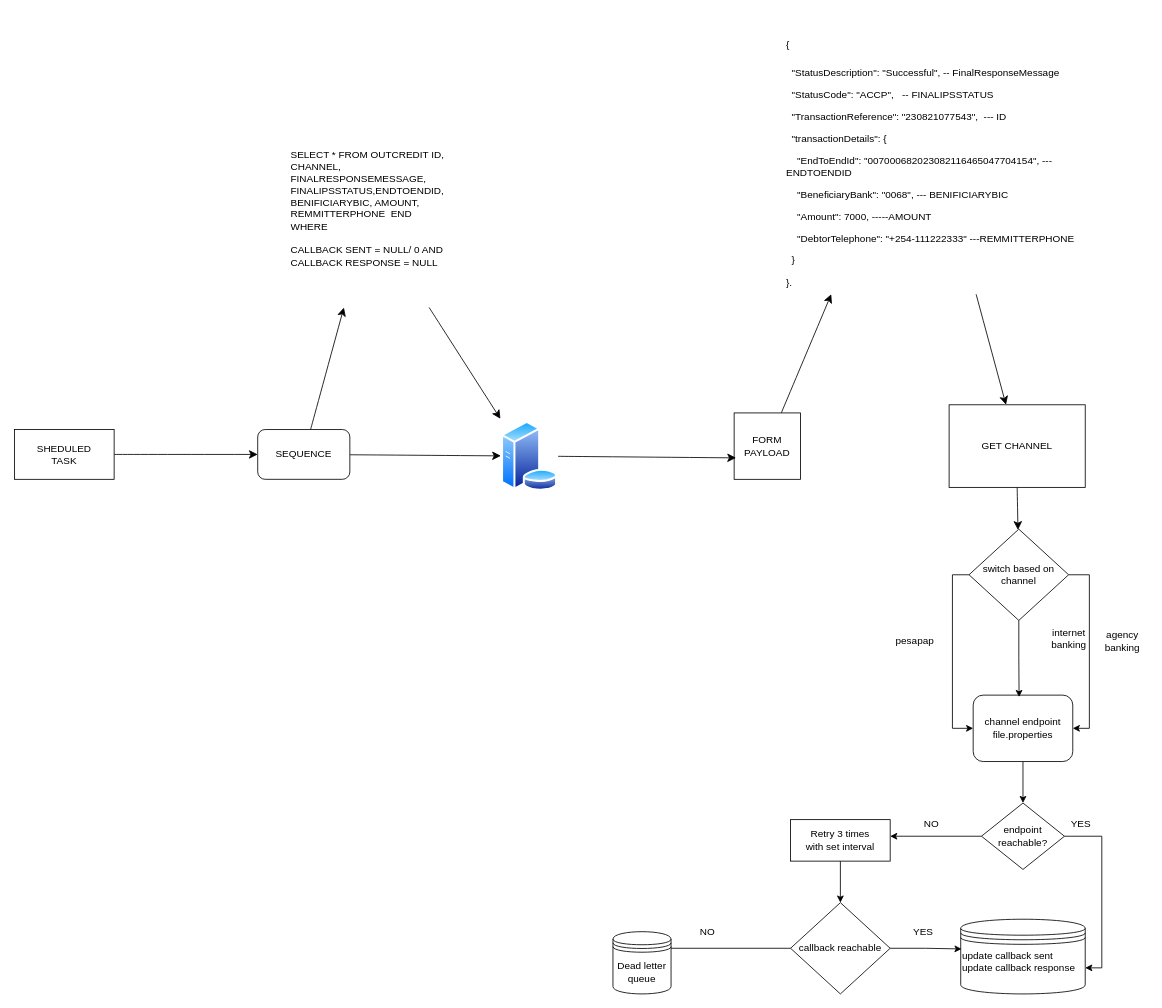
evankahenya/portfolio keeps this draw.io diagram as page "Page-5" (3 of 3) of Untitled Diagram.drawio. Above is the earlier version. Source tidied: cells renumbered, new cells numbered last; positions are measured from the earlier drawing's top-left corner, leaving out a move shared by most shapes. Both pictures are drawn from the tidied source at 83%, with x=0, y=0 at pixel (14, 14).
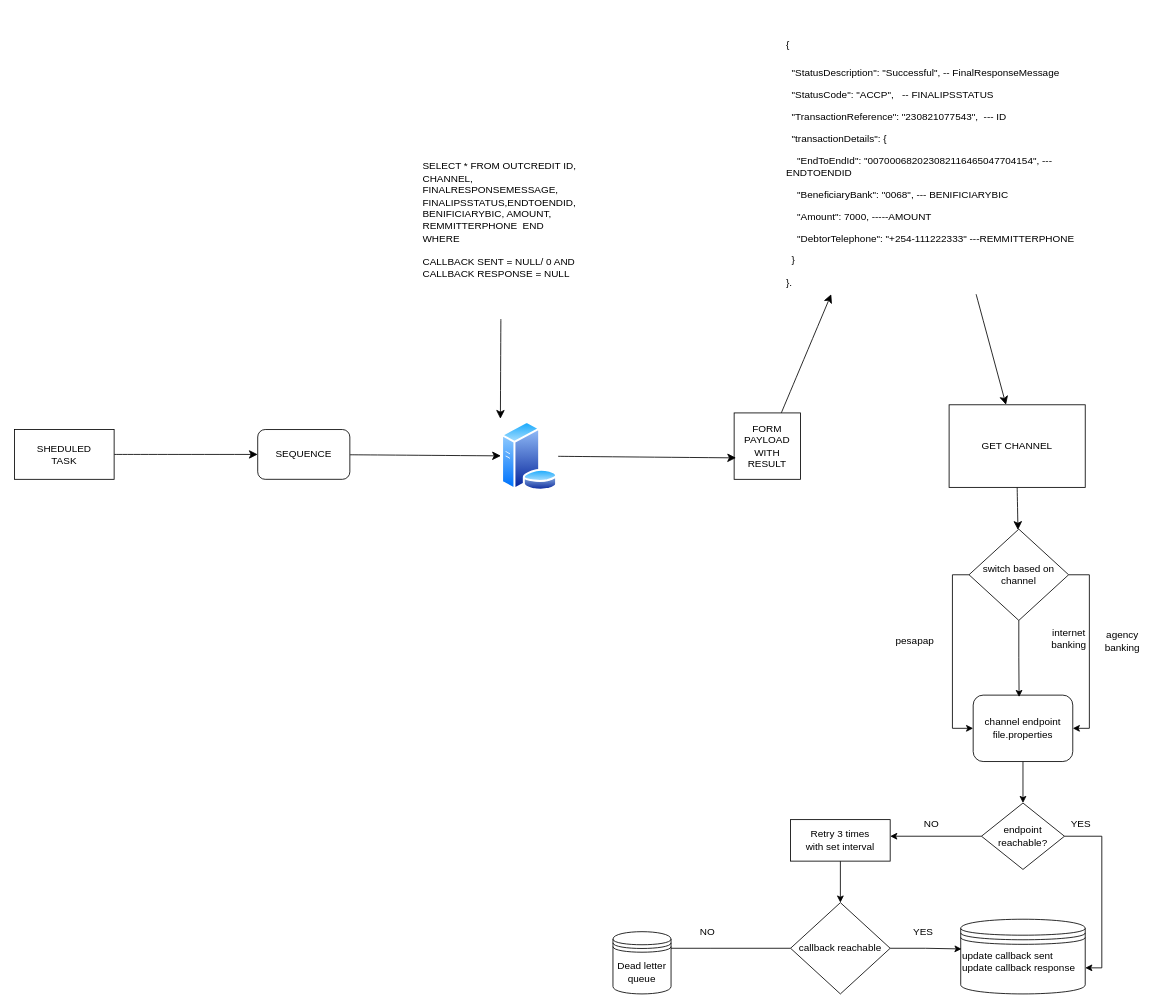
The same diagram, later.

The change refers to these unchanged cells:
```xml
<mxCell id="6" value="SEQUENCE" style="rounded=1;whiteSpace=wrap;html=1;" parent="1" vertex="1">
  <mxGeometry x="293" y="500" width="111" height="60" as="geometry" />
</mxCell>
```

What changed in the source:
```diff
@@
-    <mxCell id="5" style="edgeStyle=none;curved=1;rounded=0;jettySize=auto;html=1;fontSize=12;startSize=8;endSize=8;" parent="1" edge="1" source="6" target="8">
-      <mxGeometry relative="1" as="geometry" />
-    </mxCell>
@@
     <mxCell id="8" value="&lt;div&gt;SELECT * FROM OUTCREDIT ID, CHANNEL, FINALRESPONSEMESSAGE, FINALIPSSTATUS,ENDTOENDID, BENIFICIARYBIC, AMOUNT, REMMITTERPHONE&amp;nbsp; END WHERE&lt;/div&gt;&lt;div&gt;&lt;br&gt;&lt;/div&gt;&lt;div&gt;CALLBACK SENT = NULL/ 0 AND CALLBACK RESPONSE = NULL&lt;/div&gt;&lt;div&gt;&lt;br&gt;&lt;/div&gt;" style="text;strokeColor=none;fillColor=none;align=left;verticalAlign=middle;spacingLeft=4;spacingRight=4;overflow=hidden;points=[[0,0.5],[1,0.5]];portConstraint=eastwest;whiteSpace=wrap;html=1;" parent="1" vertex="1">
-      <mxGeometry x="327" y="128" width="201" height="225" as="geometry" />
+      <mxGeometry x="486" y="142" width="201" height="225" as="geometry" />
     </mxCell>
-    <mxCell id="9" value="FORM PAYLOAD" style="whiteSpace=wrap;html=1;" parent="1" vertex="1">
+    <mxCell id="9" value="FORM PAYLOAD&lt;div&gt;WITH RESULT&lt;/div&gt;" style="whiteSpace=wrap;html=1;" parent="1" vertex="1">
       <mxGeometry x="867" y="480" width="80" height="80" as="geometry" />
     </mxCell>
```
